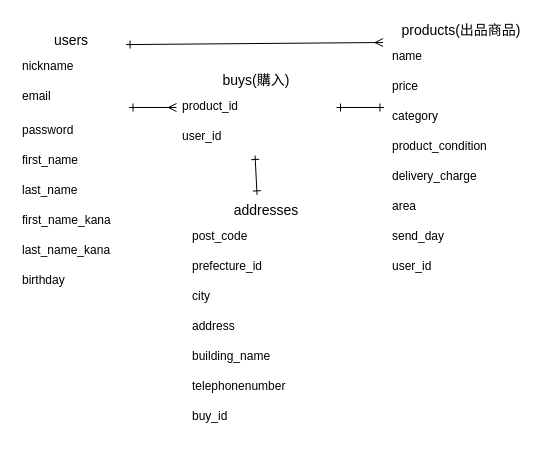
pyonkichimaru/furima-37953 keeps this draw.io diagram as furima-37953.dio. Above is the earlier version. Source tidied: cells renumbered, new cells numbered last; positions are measured from the earlier drawing's top-left corner, leaving out a move shared by most shapes. Both pictures are drawn from the tidied source at 100%, with x=0, y=0 at pixel (16, 16).
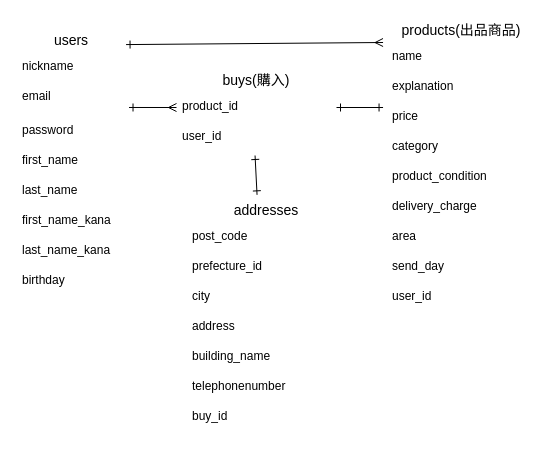
The same diagram, later.

The change refers to these unchanged cells:
```xml
<mxCell id="21" value="product_id" style="text;strokeColor=none;fillColor=none;spacingLeft=4;spacingRight=4;overflow=hidden;points=[[0,0.5],[1,0.5]];portConstraint=eastwest;fontSize=12;" parent="20" vertex="1">
  <mxGeometry y="26" width="160" height="30" as="geometry" />
</mxCell>
```

The edit, as a diff of the source:
```diff
@@
     <mxCell id="11" value="products(出品商品)" style="swimlane;fontStyle=0;horizontal=1;startSize=26;align=center;fontSize=14;strokeColor=#FFFFFF;" parent="1" vertex="1">
-      <mxGeometry x="370" width="150" height="266" as="geometry" />
+      <mxGeometry x="370" width="150" height="296" as="geometry" />
     </mxCell>
@@
+    <mxCell id="35" value="explanation" style="text;strokeColor=none;fillColor=none;spacingLeft=4;spacingRight=4;overflow=hidden;fontSize=12;" parent="11" vertex="1">
+      <mxGeometry y="56" width="150" height="30" as="geometry" />
+    </mxCell>
     <mxCell id="13" value="price" style="text;strokeColor=none;fillColor=none;spacingLeft=4;spacingRight=4;overflow=hidden;points=[[0,0.5],[1,0.5]];portConstraint=eastwest;fontSize=12;" parent="11" vertex="1">
-      <mxGeometry y="56" width="150" height="30" as="geometry" />
+      <mxGeometry y="86" width="150" height="30" as="geometry" />
     </mxCell>
     <mxCell id="14" value="category" style="text;strokeColor=none;fillColor=none;spacingLeft=4;spacingRight=4;overflow=hidden;points=[[0,0.5],[1,0.5]];portConstraint=eastwest;fontSize=12;" parent="11" vertex="1">
-      <mxGeometry y="86" width="150" height="30" as="geometry" />
+      <mxGeometry y="116" width="150" height="30" as="geometry" />
     </mxCell>
     <mxCell id="15" value="product_condition" style="text;strokeColor=none;fillColor=none;spacingLeft=4;spacingRight=4;overflow=hidden;fontSize=12;" parent="11" vertex="1">
-      <mxGeometry y="116" width="150" height="30" as="geometry" />
+      <mxGeometry y="146" width="150" height="30" as="geometry" />
     </mxCell>
     <mxCell id="16" value="delivery_charge" style="text;strokeColor=none;fillColor=none;spacingLeft=4;spacingRight=4;overflow=hidden;fontSize=12;" parent="11" vertex="1">
-      <mxGeometry y="146" width="150" height="30" as="geometry" />
+      <mxGeometry y="176" width="150" height="30" as="geometry" />
     </mxCell>
     <mxCell id="17" value="area" style="text;strokeColor=none;fillColor=none;spacingLeft=4;spacingRight=4;overflow=hidden;fontSize=12;" parent="11" vertex="1">
-      <mxGeometry y="176" width="150" height="30" as="geometry" />
+      <mxGeometry y="206" width="150" height="30" as="geometry" />
     </mxCell>
     <mxCell id="18" value="send_day" style="text;strokeColor=none;fillColor=none;spacingLeft=4;spacingRight=4;overflow=hidden;fontSize=12;" parent="11" vertex="1">
-      <mxGeometry y="206" width="150" height="30" as="geometry" />
+      <mxGeometry y="236" width="150" height="30" as="geometry" />
     </mxCell>
     <mxCell id="19" value="user_id" style="text;strokeColor=none;fillColor=none;spacingLeft=4;spacingRight=4;overflow=hidden;fontSize=12;" parent="11" vertex="1">
-      <mxGeometry y="236" width="150" height="30" as="geometry" />
+      <mxGeometry y="266" width="150" height="30" as="geometry" />
     </mxCell>
@@
-    <mxCell id="34" style="edgeStyle=none;html=1;exitX=1;exitY=0.5;exitDx=0;exitDy=0;entryX=-0.017;entryY=0.167;entryDx=0;entryDy=0;entryPerimeter=0;startArrow=ERone;startFill=0;endArrow=ERone;endFill=0;" parent="1" edge="1" source="21" target="14">
+    <mxCell id="34" style="edgeStyle=none;html=1;exitX=1;exitY=0.5;exitDx=0;exitDy=0;entryX=-0.023;entryY=0.167;entryDx=0;entryDy=0;entryPerimeter=0;startArrow=ERone;startFill=0;endArrow=ERone;endFill=0;" parent="1" edge="1" source="21" target="13">
       <mxGeometry relative="1" as="geometry" />
     </mxCell>
```
